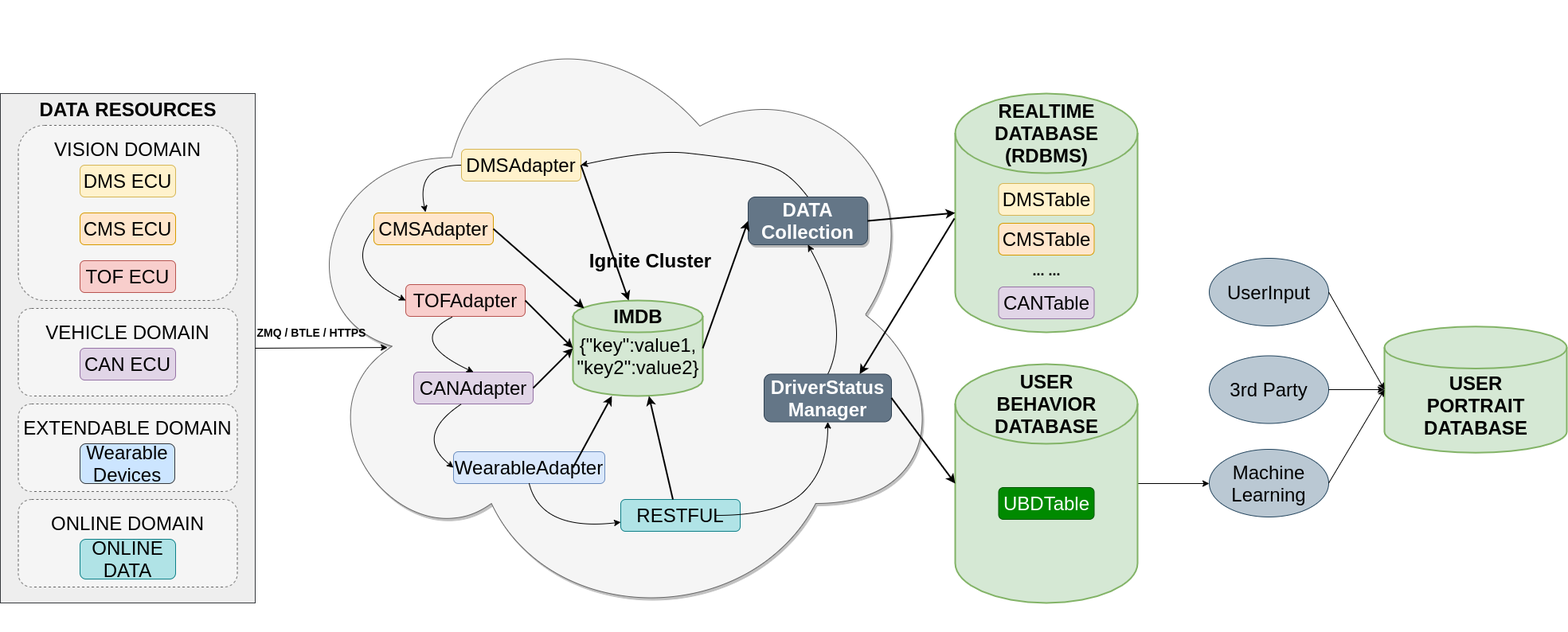
rangerzhou/ImageHosting keeps this draw.io diagram as FlowCharts/Patent_data_module.png. Above is the earlier version. Source tidied: cells renumbered, new cells last; positions are measured from the earlier drawing's top-left corner, leaving out a move shared by most shapes.
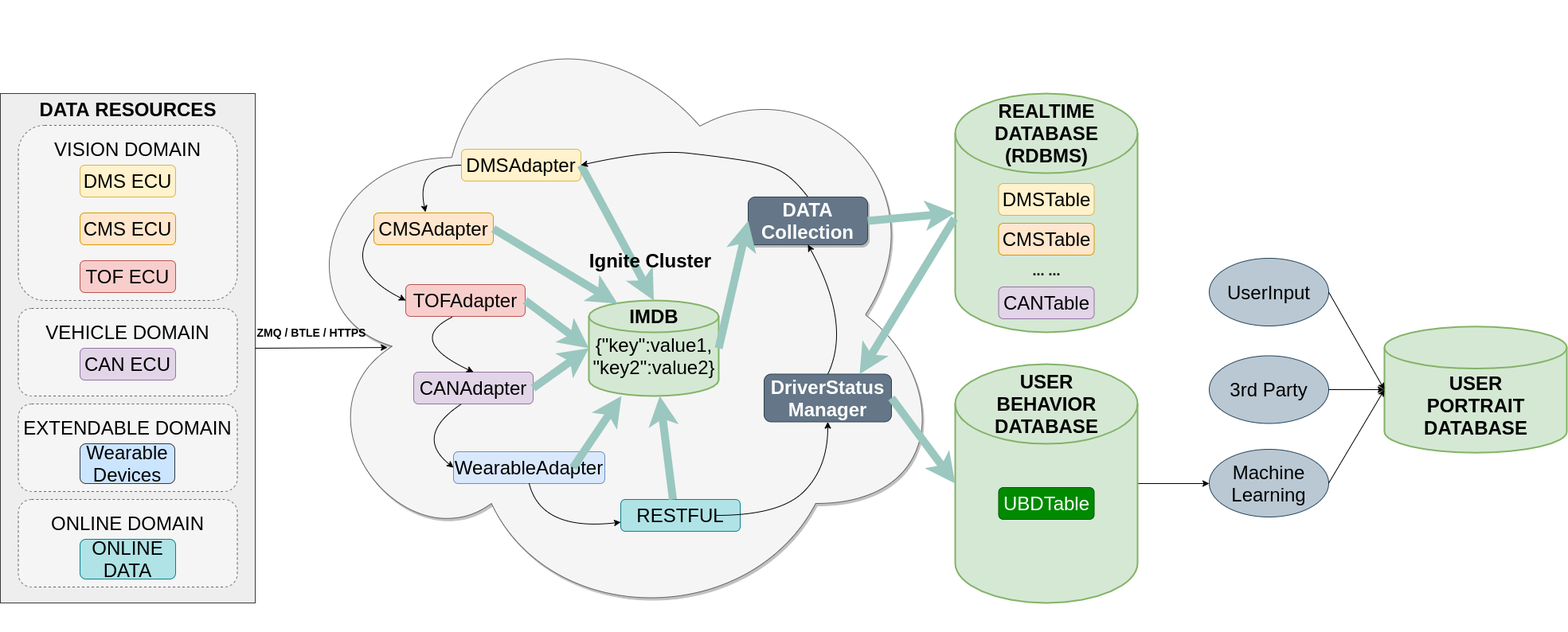
Above is the later version.

Diff of the diagram source:
```diff
@@ -68,13 +68,13 @@
       <mxGeometry x="306" y="407" width="170" height="20" as="geometry" />
     </mxCell>
     <mxCell id="23" style="strokeWidth=2;html=1;shape=mxgraph.flowchart.database;whiteSpace=wrap;fillColor=#d5e8d4;strokeColor=#82b366;" parent="1" vertex="1">
-      <mxGeometry x="719" y="377" width="163" height="120" as="geometry" />
+      <mxGeometry x="739" y="377" width="163" height="120" as="geometry" />
     </mxCell>
     <mxCell id="24" value="&lt;font&gt;&lt;b&gt;&lt;font style=&quot;font-size: 24px&quot;&gt;IMDB&lt;/font&gt;&lt;/b&gt;&lt;br&gt;&lt;/font&gt;" style="text;html=1;strokeColor=none;fillColor=none;align=center;verticalAlign=middle;whiteSpace=wrap;rounded=0;fontSize=16;" parent="1" vertex="1">
-      <mxGeometry x="756.5" y="387" width="88" height="20" as="geometry" />
+      <mxGeometry x="776.5" y="387" width="88" height="20" as="geometry" />
     </mxCell>
     <mxCell id="25" value="&lt;font style=&quot;font-size: 24px&quot;&gt;{&quot;key&quot;:value1,&lt;br&gt;&quot;key2&quot;:value2}&lt;/font&gt;" style="text;html=1;strokeColor=none;fillColor=none;align=center;verticalAlign=middle;whiteSpace=wrap;rounded=0;" parent="1" vertex="1">
-      <mxGeometry x="765.5" y="437" width="70" height="20" as="geometry" />
+      <mxGeometry x="785.5" y="437" width="70" height="20" as="geometry" />
     </mxCell>
     <mxCell id="26" value="&lt;font style=&quot;font-size: 24px&quot;&gt;CMSAdapter&lt;/font&gt;" style="rounded=1;whiteSpace=wrap;html=1;fillColor=#ffe6cc;strokeColor=#d79b00;" parent="1" vertex="1">
       <mxGeometry x="469" y="267" width="150" height="40" as="geometry" />
@@ -88,29 +88,27 @@
     <mxCell id="29" value="&lt;font style=&quot;font-size: 24px&quot;&gt;WearableAdapter&lt;/font&gt;" style="rounded=1;whiteSpace=wrap;html=1;fillColor=#dae8fc;strokeColor=#6c8ebf;" parent="1" vertex="1">
       <mxGeometry x="569" y="567" width="190" height="40" as="geometry" />
     </mxCell>
-    <mxCell id="30" style="endArrow=classic;html=1;exitX=1;exitY=0.5;exitDx=0;exitDy=0;strokeWidth=2;" parent="1" edge="1" source="19">
-      <mxGeometry relative="1" as="geometry">
-        <mxPoint x="789" y="377" as="targetPoint" />
-      </mxGeometry>
+    <mxCell id="30" style="endArrow=classic;html=1;exitX=1;exitY=0.5;exitDx=0;exitDy=0;strokeWidth=10;strokeColor=#9AC7BF;entryX=0.5;entryY=0;entryDx=0;entryDy=0;entryPerimeter=0;" parent="1" edge="1" source="19" target="23">
+      <mxGeometry relative="1" as="geometry" />
     </mxCell>
     <mxCell id="31" value="Ignite Cluster" style="text;strokeColor=none;fillColor=none;html=1;fontSize=24;fontStyle=1;verticalAlign=middle;align=center;shadow=1;" parent="1" vertex="1">
       <mxGeometry x="766" y="307" width="100" height="40" as="geometry" />
     </mxCell>
-    <mxCell id="32" style="endArrow=classic;html=1;exitX=1;exitY=0.5;exitDx=0;exitDy=0;entryX=0;entryY=0.5;entryDx=0;entryDy=0;entryPerimeter=0;strokeWidth=2;" parent="1" edge="1" source="28" target="23">
+    <mxCell id="32" style="endArrow=classic;html=1;exitX=1;exitY=0.5;exitDx=0;exitDy=0;entryX=0;entryY=0.5;entryDx=0;entryDy=0;entryPerimeter=0;strokeWidth=10;strokeColor=#9AC7BF;" parent="1" edge="1" source="28" target="23">
       <mxGeometry relative="1" as="geometry" />
     </mxCell>
-    <mxCell id="33" style="endArrow=classic;html=1;exitX=1;exitY=0.5;exitDx=0;exitDy=0;entryX=0;entryY=0.5;entryDx=0;entryDy=0;entryPerimeter=0;strokeWidth=2;" parent="1" edge="1" source="27" target="23">
+    <mxCell id="33" style="endArrow=classic;html=1;exitX=1;exitY=0.5;exitDx=0;exitDy=0;entryX=0;entryY=0.5;entryDx=0;entryDy=0;entryPerimeter=0;strokeWidth=10;strokeColor=#9AC7BF;" parent="1" edge="1" source="27" target="23">
       <mxGeometry relative="1" as="geometry" />
     </mxCell>
-    <mxCell id="34" style="endArrow=classic;html=1;exitX=1;exitY=0.5;exitDx=0;exitDy=0;entryX=0.086;entryY=0.083;entryDx=0;entryDy=0;entryPerimeter=0;strokeWidth=2;" parent="1" edge="1" source="26" target="23">
+    <mxCell id="34" style="endArrow=classic;html=1;exitX=1;exitY=0.5;exitDx=0;exitDy=0;entryX=0.221;entryY=0.033;entryDx=0;entryDy=0;entryPerimeter=0;strokeWidth=10;strokeColor=#9AC7BF;" parent="1" edge="1" source="26" target="23">
       <mxGeometry relative="1" as="geometry" />
     </mxCell>
-    <mxCell id="35" style="endArrow=classic;html=1;exitX=1;exitY=0.5;exitDx=0;exitDy=0;strokeWidth=2;" parent="1" edge="1" target="23">
+    <mxCell id="35" style="endArrow=classic;html=1;exitX=1;exitY=0.5;exitDx=0;exitDy=0;strokeWidth=10;strokeColor=#9AC7BF;" parent="1" edge="1" target="23">
       <mxGeometry relative="1" as="geometry">
         <mxPoint x="719" y="587" as="sourcePoint" />
       </mxGeometry>
     </mxCell>
-    <mxCell id="36" style="endArrow=classic;html=1;exitX=1;exitY=0.5;exitDx=0;exitDy=0;strokeWidth=2;" parent="1" edge="1" target="23">
+    <mxCell id="36" style="endArrow=classic;html=1;exitX=1;exitY=0.5;exitDx=0;exitDy=0;strokeWidth=10;strokeColor=#9AC7BF;" parent="1" edge="1" target="23">
       <mxGeometry relative="1" as="geometry">
         <mxPoint x="844.5" y="627" as="sourcePoint" />
       </mxGeometry>
@@ -165,7 +163,7 @@
         </Array>
       </mxGeometry>
     </mxCell>
-    <mxCell id="44" style="endArrow=classic;html=1;entryX=0;entryY=0.5;entryDx=0;entryDy=0;exitX=1;exitY=0.5;exitDx=0;exitDy=0;exitPerimeter=0;strokeWidth=2;" parent="1" edge="1" source="23" target="42">
+    <mxCell id="44" style="endArrow=classic;html=1;entryX=0;entryY=0.5;entryDx=0;entryDy=0;exitX=1;exitY=0.5;exitDx=0;exitDy=0;exitPerimeter=0;strokeWidth=10;strokeColor=#9AC7BF;" parent="1" edge="1" source="23" target="42">
       <mxGeometry relative="1" as="geometry" />
     </mxCell>
     <mxCell id="45" style="curved=1;endArrow=classic;html=1;exitX=0.5;exitY=1;exitDx=0;exitDy=0;" parent="1" edge="1" source="29" target="20">
@@ -243,13 +241,13 @@
         </Array>
       </mxGeometry>
     </mxCell>
-    <mxCell id="66" style="endArrow=classic;html=1;exitX=1;exitY=0.5;exitDx=0;exitDy=0;entryX=0;entryY=0.5;entryDx=0;entryDy=0;entryPerimeter=0;strokeWidth=2;" parent="1" edge="1" source="64" target="53">
+    <mxCell id="66" style="endArrow=classic;html=1;exitX=1;exitY=0.5;exitDx=0;exitDy=0;entryX=0;entryY=0.5;entryDx=0;entryDy=0;entryPerimeter=0;strokeWidth=10;strokeColor=#9AC7BF;" parent="1" edge="1" source="64" target="53">
       <mxGeometry relative="1" as="geometry" />
     </mxCell>
-    <mxCell id="67" style="endArrow=classic;html=1;entryX=0.75;entryY=0;entryDx=0;entryDy=0;exitX=-0.004;exitY=0.523;exitDx=0;exitDy=0;exitPerimeter=0;strokeWidth=2;" parent="1" edge="1" source="46" target="64">
+    <mxCell id="67" style="endArrow=classic;html=1;entryX=0.75;entryY=0;entryDx=0;entryDy=0;exitX=-0.004;exitY=0.523;exitDx=0;exitDy=0;exitPerimeter=0;strokeWidth=10;strokeColor=#9AC7BF;" parent="1" edge="1" source="46" target="64">
       <mxGeometry relative="1" as="geometry" />
     </mxCell>
-    <mxCell id="68" style="endArrow=classic;html=1;exitX=1;exitY=0.5;exitDx=0;exitDy=0;entryX=0;entryY=0.5;entryDx=0;entryDy=0;entryPerimeter=0;strokeWidth=2;" parent="1" edge="1" source="42" target="46">
+    <mxCell id="68" style="endArrow=classic;html=1;exitX=1;exitY=0.5;exitDx=0;exitDy=0;entryX=0;entryY=0.5;entryDx=0;entryDy=0;entryPerimeter=0;strokeWidth=10;strokeColor=#9AC7BF;" parent="1" edge="1" source="42" target="46">
       <mxGeometry relative="1" as="geometry" />
     </mxCell>
   </root>
```
